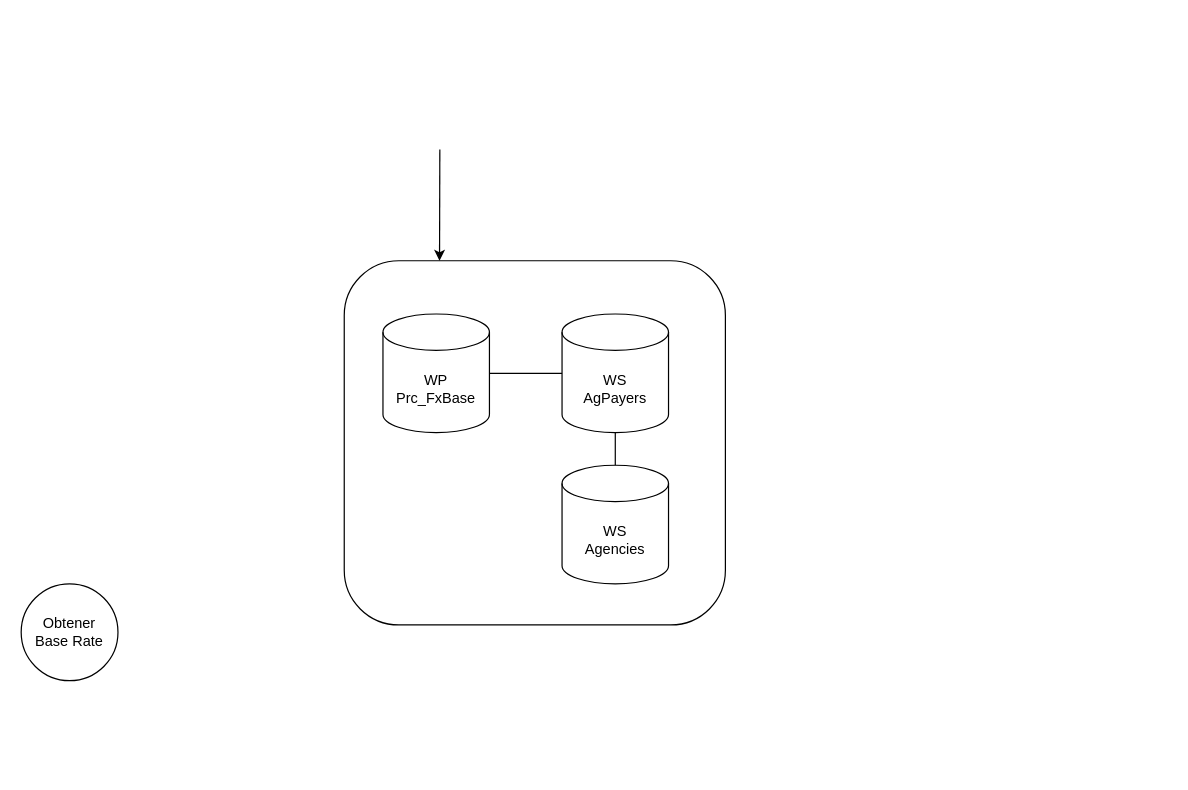
Earlier version of the draw.io diagram Payers.drawio (notariopablomarcelo/intermex). Source tidied: cells renumbered, new cells numbered last; positions are measured from the earlier drawing's top-left corner, leaving out a move shared by most shapes. Both pictures are drawn from the tidied source at 121%, with x=0, y=0 at pixel (21, 149).
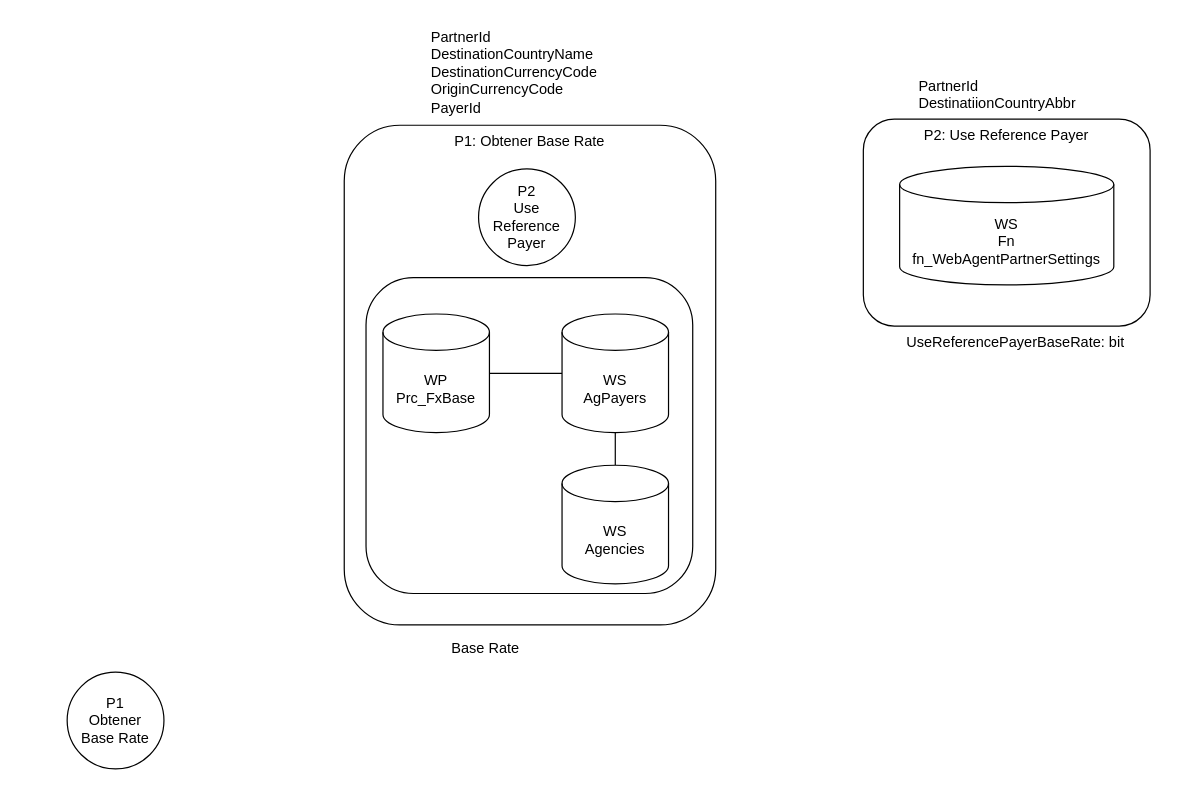
The same page after the edit.

The edit, as a diff of the source:
```diff
@@
 <mxGraphModel>
   <root>
     <mxCell id="0" />
     <mxCell id="1" parent="0" />
-    <mxCell id="2" style="rounded=1;whiteSpace=wrap;html=1;" parent="1" vertex="1">
-      <mxGeometry x="267" y="92" width="315" height="301" as="geometry" />
+    <mxCell id="2" value="P1: Obtener Base Rate" style="rounded=1;whiteSpace=wrap;html=1;verticalAlign=top;align=center;" parent="1" vertex="1">
+      <mxGeometry x="267" y="-20" width="307" height="413" as="geometry" />
     </mxCell>
-    <mxCell id="3" value="Obtener&lt;br&gt;Base Rate" style="ellipse;whiteSpace=wrap;html=1;" parent="1" vertex="1">
-      <mxGeometry y="359" width="80" height="80" as="geometry" />
+    <mxCell id="3" value="P1&lt;br&gt;Obtener&lt;br&gt;Base Rate" style="ellipse;whiteSpace=wrap;html=1;" parent="1" vertex="1">
+      <mxGeometry x="38" y="432" width="80" height="80" as="geometry" />
     </mxCell>
+    <mxCell id="10" value="PartnerId&lt;br&gt;DestinationCountryName&lt;br&gt;DestinationCurrencyCode&lt;br&gt;OriginCurrencyCode&lt;br&gt;PayerId" style="text;strokeColor=none;fillColor=none;align=left;verticalAlign=top;spacingLeft=4;spacingRight=4;overflow=hidden;whiteSpace=wrap;html=1;" parent="1" vertex="1">
+      <mxGeometry x="333" y="-106" width="211" height="88" as="geometry" />
+    </mxCell>
+    <mxCell id="11" value="Base Rate" style="text;strokeColor=none;fillColor=none;align=left;verticalAlign=top;spacingLeft=4;spacingRight=4;overflow=hidden;whiteSpace=wrap;html=1;" parent="1" vertex="1">
+      <mxGeometry x="350" y="399" width="211" height="40" as="geometry" />
+    </mxCell>
+    <mxCell id="12" value="P2&lt;br&gt;Use Reference&lt;br&gt;Payer" style="ellipse;whiteSpace=wrap;html=1;" parent="1" vertex="1">
+      <mxGeometry x="378" y="16" width="80" height="80" as="geometry" />
+    </mxCell>
+    <mxCell id="13" style="rounded=1;whiteSpace=wrap;html=1;" parent="1" vertex="1">
+      <mxGeometry x="285" y="106" width="270" height="261" as="geometry" />
+    </mxCell>
     <mxCell id="4" value="WP&lt;br&gt;Prc_FxBase" style="shape=cylinder3;whiteSpace=wrap;html=1;boundedLbl=1;backgroundOutline=1;size=15;" parent="1" vertex="1">
       <mxGeometry x="299" y="136" width="88" height="98" as="geometry" />
     </mxCell>
+    <mxCell id="7" style="endArrow=none;html=1;rounded=0;entryX=0;entryY=0.5;entryDx=0;entryDy=0;entryPerimeter=0;exitX=1;exitY=0.5;exitDx=0;exitDy=0;exitPerimeter=0;" parent="1" edge="1" source="4" target="5">
+      <mxGeometry relative="1" as="geometry" />
+    </mxCell>
     <mxCell id="5" value="WS&lt;br&gt;AgPayers" style="shape=cylinder3;whiteSpace=wrap;html=1;boundedLbl=1;backgroundOutline=1;size=15;" parent="1" vertex="1">
       <mxGeometry x="447" y="136" width="88" height="98" as="geometry" />
     </mxCell>
+    <mxCell id="8" style="endArrow=none;html=1;rounded=0;entryX=0.5;entryY=1;entryDx=0;entryDy=0;entryPerimeter=0;exitX=0.5;exitY=0;exitDx=0;exitDy=0;exitPerimeter=0;" parent="1" edge="1" source="6" target="5">
+      <mxGeometry relative="1" as="geometry" />
+    </mxCell>
     <mxCell id="6" value="WS&lt;br&gt;Agencies" style="shape=cylinder3;whiteSpace=wrap;html=1;boundedLbl=1;backgroundOutline=1;size=15;" parent="1" vertex="1">
       <mxGeometry x="447" y="261" width="88" height="98" as="geometry" />
     </mxCell>
-    <mxCell id="7" style="endArrow=none;html=1;rounded=0;entryX=0;entryY=0.5;entryDx=0;entryDy=0;entryPerimeter=0;exitX=1;exitY=0.5;exitDx=0;exitDy=0;exitPerimeter=0;" parent="1" edge="1" source="4" target="5">
-      <mxGeometry relative="1" as="geometry" />
-    </mxCell>
-    <mxCell id="8" style="endArrow=none;html=1;rounded=0;entryX=0.5;entryY=1;entryDx=0;entryDy=0;entryPerimeter=0;exitX=0.5;exitY=0;exitDx=0;exitDy=0;exitPerimeter=0;" parent="1" edge="1" source="6" target="5">
-      <mxGeometry relative="1" as="geometry" />
-    </mxCell>
-    <mxCell id="9" style="endArrow=classic;html=1;rounded=0;entryX=0.25;entryY=0;entryDx=0;entryDy=0;" parent="1" edge="1" target="2">
-      <mxGeometry relative="1" as="geometry">
-        <mxPoint x="346" as="sourcePoint" />
-      </mxGeometry>
-    </mxCell>
+    <mxCell id="14" value="P2: Use Reference Payer" style="rounded=1;whiteSpace=wrap;html=1;verticalAlign=top;" parent="1" vertex="1">
+      <mxGeometry x="696" y="-25" width="237" height="171" as="geometry" />
+    </mxCell>
+    <mxCell id="15" value="WS&lt;br&gt;Fn&lt;br&gt;fn_WebAgentPartnerSettings" style="shape=cylinder3;whiteSpace=wrap;html=1;boundedLbl=1;backgroundOutline=1;size=15;" parent="1" vertex="1">
+      <mxGeometry x="726" y="14" width="177" height="98" as="geometry" />
+    </mxCell>
+    <mxCell id="16" value="PartnerId&lt;br&gt;DestinatiionCountryAbbr" style="text;strokeColor=none;fillColor=none;align=left;verticalAlign=top;spacingLeft=4;spacingRight=4;overflow=hidden;whiteSpace=wrap;html=1;" parent="1" vertex="1">
+      <mxGeometry x="736" y="-66" width="211" height="39" as="geometry" />
+    </mxCell>
+    <mxCell id="17" value="UseReferencePayerBaseRate: bit" style="text;strokeColor=none;fillColor=none;align=left;verticalAlign=top;spacingLeft=4;spacingRight=4;overflow=hidden;whiteSpace=wrap;html=1;" parent="1" vertex="1">
+      <mxGeometry x="726" y="146" width="211" height="39" as="geometry" />
+    </mxCell>
   </root>
 </mxGraphModel>
```
